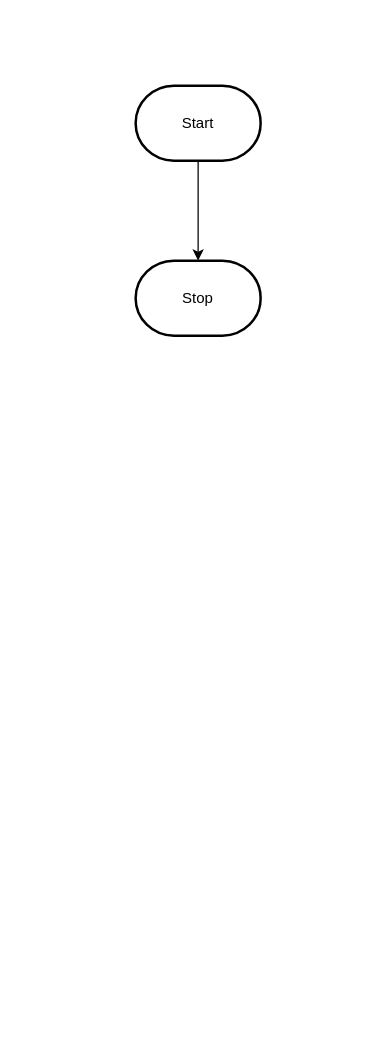
MTHS-ICS2O-2-2022/ICS2O-Unit-5-03-Colton-Grant keeps this draw.io diagram as design/flowchart.drawio. Above is the earlier version. Source tidied: cells renumbered, new cells numbered last; positions are measured from the earlier drawing's top-left corner, leaving out a move shared by most shapes. Both pictures are drawn from the tidied source at 125%, with x=0, y=0 at pixel (135, 85).
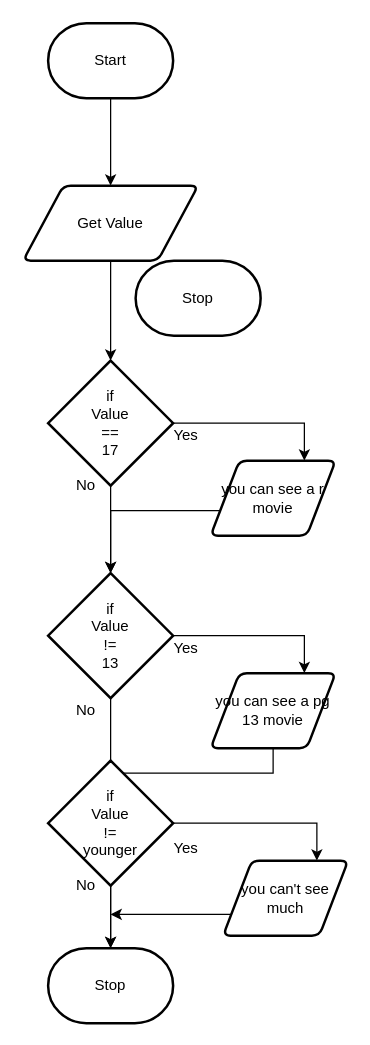
Above is the later version.

Diff of the diagram source:
```diff
@@
-    <mxCell id="2" style="edgeStyle=orthogonalEdgeStyle;html=1;rounded=0;" parent="1" edge="1" source="3" target="4">
-      <mxGeometry relative="1" as="geometry" />
-    </mxCell>
+    <mxCell id="4" value="Stop" style="strokeWidth=2;html=1;shape=mxgraph.flowchart.terminator;whiteSpace=wrap;" parent="1" vertex="1">
+      <mxGeometry y="140" width="100" height="60" as="geometry" />
+    </mxCell>
     <mxCell id="3" value="Start" style="strokeWidth=2;html=1;shape=mxgraph.flowchart.terminator;whiteSpace=wrap;" parent="1" vertex="1">
-      <mxGeometry width="100" height="60" as="geometry" />
+      <mxGeometry x="-70" y="-50" width="100" height="60" as="geometry" />
     </mxCell>
-    <mxCell id="4" value="Stop" style="strokeWidth=2;html=1;shape=mxgraph.flowchart.terminator;whiteSpace=wrap;" parent="1" vertex="1">
-      <mxGeometry y="140" width="100" height="60" as="geometry" />
-    </mxCell>
+    <mxCell id="5" style="edgeStyle=none;html=1;exitX=0.5;exitY=1;exitDx=0;exitDy=0;exitPerimeter=0;" parent="1" edge="1" source="3" target="7">
+      <mxGeometry relative="1" as="geometry" />
+    </mxCell>
+    <mxCell id="6" style="edgeStyle=none;html=1;" parent="1" edge="1" source="7" target="10">
+      <mxGeometry relative="1" as="geometry" />
+    </mxCell>
+    <mxCell id="7" value="Get Value" style="shape=parallelogram;html=1;strokeWidth=2;perimeter=parallelogramPerimeter;whiteSpace=wrap;rounded=1;arcSize=12;size=0.23;" parent="1" vertex="1">
+      <mxGeometry x="-90" y="80" width="140" height="60" as="geometry" />
+    </mxCell>
+    <mxCell id="8" style="edgeStyle=orthogonalEdgeStyle;html=1;entryX=0.75;entryY=0;entryDx=0;entryDy=0;rounded=0;" parent="1" edge="1" source="10" target="12">
+      <mxGeometry relative="1" as="geometry" />
+    </mxCell>
+    <mxCell id="9" style="edgeStyle=orthogonalEdgeStyle;rounded=0;html=1;" parent="1" edge="1" source="10" target="15">
+      <mxGeometry relative="1" as="geometry" />
+    </mxCell>
+    <mxCell id="10" value="if&lt;br&gt;Value&lt;br&gt;==&lt;br&gt;17" style="strokeWidth=2;html=1;shape=mxgraph.flowchart.decision;whiteSpace=wrap;" parent="1" vertex="1">
+      <mxGeometry x="-70" y="220" width="100" height="100" as="geometry" />
+    </mxCell>
+    <mxCell id="11" style="edgeStyle=orthogonalEdgeStyle;rounded=0;html=1;" parent="1" edge="1" source="12" target="15">
+      <mxGeometry relative="1" as="geometry">
+        <Array as="points">
+          <mxPoint x="-20" y="340" />
+        </Array>
+      </mxGeometry>
+    </mxCell>
+    <mxCell id="12" value="you can see a r movie" style="shape=parallelogram;html=1;strokeWidth=2;perimeter=parallelogramPerimeter;whiteSpace=wrap;rounded=1;arcSize=12;size=0.23;" parent="1" vertex="1">
+      <mxGeometry x="60" y="300" width="100" height="60" as="geometry" />
+    </mxCell>
+    <mxCell id="13" style="edgeStyle=orthogonalEdgeStyle;rounded=0;html=1;entryX=0.75;entryY=0;entryDx=0;entryDy=0;" parent="1" edge="1" source="15" target="17">
+      <mxGeometry relative="1" as="geometry" />
+    </mxCell>
+    <mxCell id="14" style="edgeStyle=orthogonalEdgeStyle;rounded=0;html=1;" parent="1" edge="1" source="15" target="18">
+      <mxGeometry relative="1" as="geometry" />
+    </mxCell>
+    <mxCell id="15" value="if&lt;br&gt;Value&lt;br&gt;!=&lt;br&gt;13" style="strokeWidth=2;html=1;shape=mxgraph.flowchart.decision;whiteSpace=wrap;" parent="1" vertex="1">
+      <mxGeometry x="-70" y="390" width="100" height="100" as="geometry" />
+    </mxCell>
+    <mxCell id="16" style="edgeStyle=orthogonalEdgeStyle;rounded=0;html=1;" parent="1" edge="1" source="17" target="18">
+      <mxGeometry relative="1" as="geometry">
+        <Array as="points">
+          <mxPoint x="110" y="550" />
+          <mxPoint x="-20" y="550" />
+        </Array>
+      </mxGeometry>
+    </mxCell>
+    <mxCell id="17" value="you can see a pg 13 movie" style="shape=parallelogram;html=1;strokeWidth=2;perimeter=parallelogramPerimeter;whiteSpace=wrap;rounded=1;arcSize=12;size=0.23;" parent="1" vertex="1">
+      <mxGeometry x="60" y="470" width="100" height="60" as="geometry" />
+    </mxCell>
+    <mxCell id="18" value="Stop" style="strokeWidth=2;html=1;shape=mxgraph.flowchart.terminator;whiteSpace=wrap;" parent="1" vertex="1">
+      <mxGeometry x="-70" y="690" width="100" height="60" as="geometry" />
+    </mxCell>
+    <mxCell id="19" value="Yes" style="text;html=1;align=center;verticalAlign=middle;strokeColor=none;fillColor=none;" parent="1" vertex="1">
+      <mxGeometry x="20" y="270" width="40" height="20" as="geometry" />
+    </mxCell>
+    <mxCell id="20" value="No" style="text;html=1;align=center;verticalAlign=middle;strokeColor=none;fillColor=none;" parent="1" vertex="1">
+      <mxGeometry x="-55" y="310" width="30" height="20" as="geometry" />
+    </mxCell>
+    <mxCell id="21" value="Yes" style="text;html=1;align=center;verticalAlign=middle;strokeColor=none;fillColor=none;" parent="1" vertex="1">
+      <mxGeometry x="20" y="440" width="40" height="20" as="geometry" />
+    </mxCell>
+    <mxCell id="22" value="No" style="text;html=1;align=center;verticalAlign=middle;strokeColor=none;fillColor=none;" parent="1" vertex="1">
+      <mxGeometry x="-55" y="490" width="30" height="20" as="geometry" />
+    </mxCell>
+    <mxCell id="23" style="edgeStyle=orthogonalEdgeStyle;rounded=0;html=1;entryX=0.75;entryY=0;entryDx=0;entryDy=0;" parent="1" edge="1" source="24" target="26">
+      <mxGeometry relative="1" as="geometry" />
+    </mxCell>
+    <mxCell id="24" value="if&lt;br&gt;Value&lt;br&gt;!=&lt;br&gt;younger" style="strokeWidth=2;html=1;shape=mxgraph.flowchart.decision;whiteSpace=wrap;" parent="1" vertex="1">
+      <mxGeometry x="-70" y="540" width="100" height="100" as="geometry" />
+    </mxCell>
+    <mxCell id="25" style="edgeStyle=none;html=1;exitX=0;exitY=0.75;exitDx=0;exitDy=0;" parent="1" edge="1" source="26">
+      <mxGeometry relative="1" as="geometry">
+        <mxPoint x="-20" y="663" as="targetPoint" />
+      </mxGeometry>
+    </mxCell>
+    <mxCell id="26" value="you can't see much" style="shape=parallelogram;html=1;strokeWidth=2;perimeter=parallelogramPerimeter;whiteSpace=wrap;rounded=1;arcSize=12;size=0.23;" parent="1" vertex="1">
+      <mxGeometry x="70" y="620" width="100" height="60" as="geometry" />
+    </mxCell>
+    <mxCell id="27" value="Yes" style="text;html=1;align=center;verticalAlign=middle;strokeColor=none;fillColor=none;" parent="1" vertex="1">
+      <mxGeometry x="20" y="600" width="40" height="20" as="geometry" />
+    </mxCell>
+    <mxCell id="28" value="No" style="text;html=1;align=center;verticalAlign=middle;strokeColor=none;fillColor=none;" parent="1" vertex="1">
+      <mxGeometry x="-55" y="630" width="30" height="20" as="geometry" />
+    </mxCell>
```
